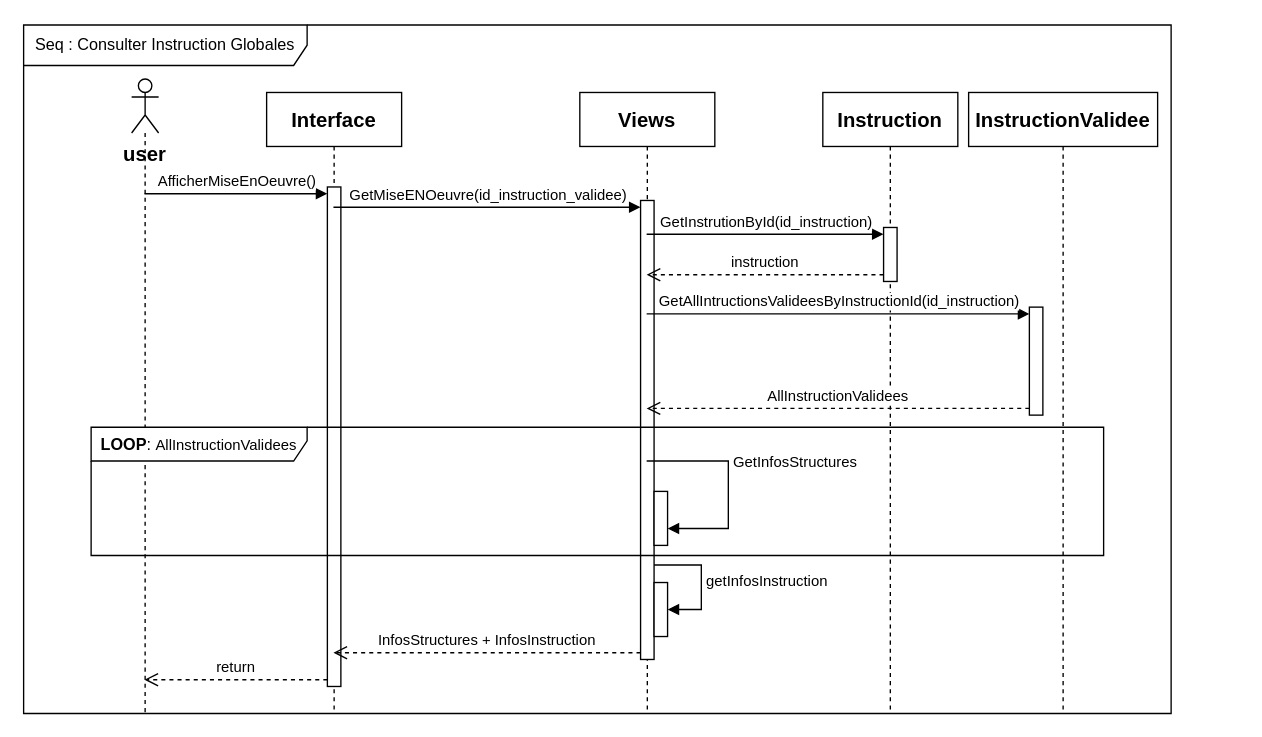
The draw.io diagram Seq_consulter_miseoeuvre.drawio in CabrelFeukeng/pp, before the edit. Source tidied: cells renumbered, new cells numbered last; positions are measured from the earlier drawing's top-left corner, leaving out a move shared by most shapes. Both pictures are drawn from the tidied source at 135%, with x=0, y=0 at pixel (23, 24).
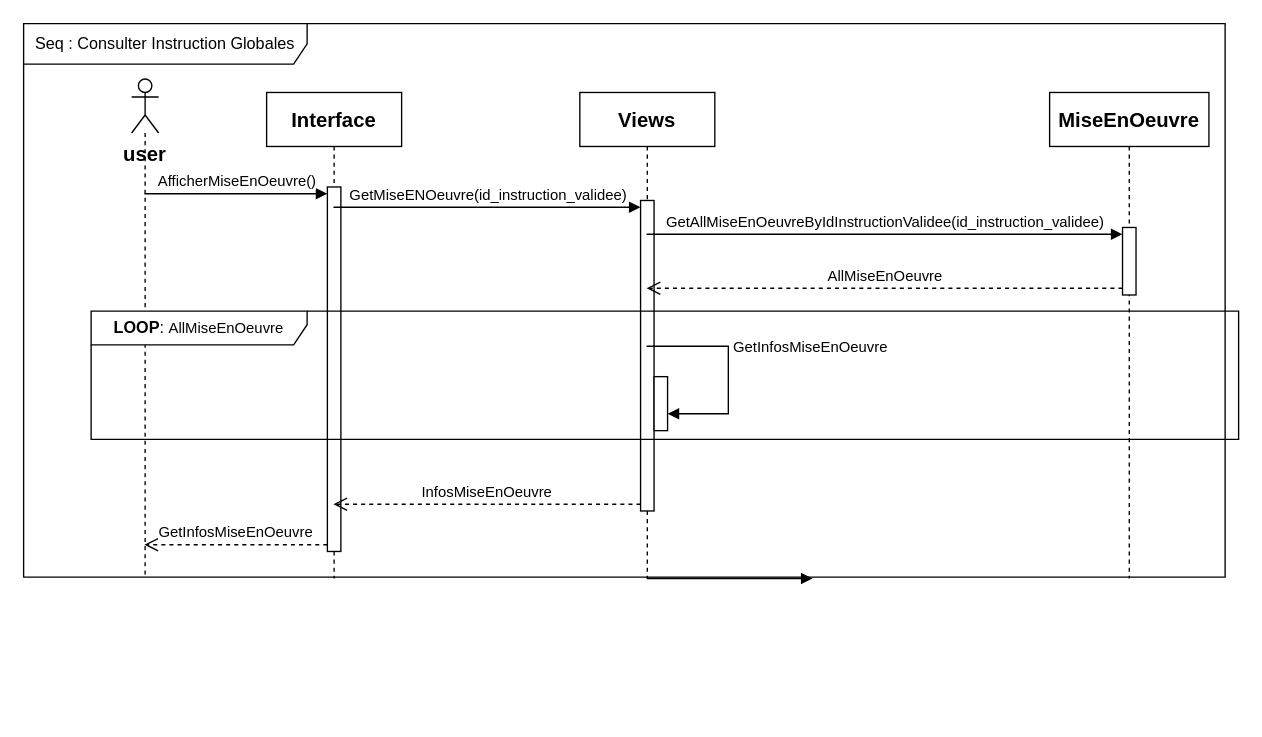
The same diagram, later.

Commit message (it also covers changes not shown here):
Mettre à jour Seq_consulter_miseoeuvre.drawio

Diff of the diagram source:
```diff
@@
     <mxCell id="2" style="shape=umlLifeline;perimeter=lifelinePerimeter;whiteSpace=wrap;html=1;outlineConnect=0;portConstraint=eastwest;newEdgeStyle={&quot;curved&quot;:0,&quot;rounded&quot;:0};participant=umlActor;" parent="1" vertex="1">
-      <mxGeometry x="80" y="40" width="20" height="470" as="geometry" />
+      <mxGeometry x="80" y="40" width="20" height="370" as="geometry" />
     </mxCell>
     <mxCell id="3" value="&lt;b&gt;&lt;font style=&quot;font-size: 15px;&quot;&gt;Interface&lt;/font&gt;&lt;/b&gt;" style="shape=umlLifeline;perimeter=lifelinePerimeter;whiteSpace=wrap;html=1;outlineConnect=0;portConstraint=eastwest;newEdgeStyle={&quot;curved&quot;:0,&quot;rounded&quot;:0};" parent="1" vertex="1">
-      <mxGeometry x="180" y="50" width="100" height="460" as="geometry" />
+      <mxGeometry x="180" y="50" width="100" height="360" as="geometry" />
     </mxCell>
     <mxCell id="4" style="html=1;points=[[0,0,0,0,5],[0,1,0,0,-5],[1,0,0,0,5],[1,1,0,0,-5]];perimeter=orthogonalPerimeter;outlineConnect=0;targetShapes=umlLifeline;portConstraint=eastwest;newEdgeStyle={&quot;curved&quot;:0,&quot;rounded&quot;:0};" parent="3" vertex="1">
-      <mxGeometry x="45" y="70" width="10" height="370" as="geometry" />
+      <mxGeometry x="45" y="70" width="10" height="270" as="geometry" />
     </mxCell>
     <mxCell id="5" value="&lt;b&gt;&lt;font style=&quot;font-size: 15px;&quot;&gt;Views&lt;/font&gt;&lt;/b&gt;" style="shape=umlLifeline;perimeter=lifelinePerimeter;whiteSpace=wrap;html=1;outlineConnect=0;portConstraint=eastwest;newEdgeStyle={&quot;curved&quot;:0,&quot;rounded&quot;:0};" parent="1" vertex="1">
-      <mxGeometry x="412" y="50" width="100" height="460" as="geometry" />
+      <mxGeometry x="412" y="50" width="100" height="360" as="geometry" />
     </mxCell>
     <mxCell id="6" style="html=1;points=[[0,0,0,0,5],[0,1,0,0,-5],[1,0,0,0,5],[1,1,0,0,-5]];perimeter=orthogonalPerimeter;outlineConnect=0;targetShapes=umlLifeline;portConstraint=eastwest;newEdgeStyle={&quot;curved&quot;:0,&quot;rounded&quot;:0};" parent="5" vertex="1">
-      <mxGeometry x="45" y="80" width="10" height="340" as="geometry" />
+      <mxGeometry x="45" y="80" width="10" height="230" as="geometry" />
     </mxCell>
-    <mxCell id="7" value="&lt;b&gt;&lt;font style=&quot;font-size: 15px;&quot;&gt;Instruction&lt;/font&gt;&lt;/b&gt;" style="shape=umlLifeline;perimeter=lifelinePerimeter;whiteSpace=wrap;html=1;newEdgeStyle={&quot;curved&quot;:0,&quot;rounded&quot;:0};" parent="1" vertex="1">
-      <mxGeometry x="592" y="50" width="100" height="460" as="geometry" />
+    <mxCell id="7" value="&lt;b&gt;&lt;font style=&quot;font-size: 15px;&quot;&gt;MiseEnOeuvre&lt;/font&gt;&lt;/b&gt;" style="shape=umlLifeline;perimeter=lifelinePerimeter;whiteSpace=wrap;html=1;newEdgeStyle={&quot;curved&quot;:0,&quot;rounded&quot;:0};" parent="1" vertex="1">
+      <mxGeometry x="760" y="50" width="118" height="360" as="geometry" />
     </mxCell>
     <mxCell id="8" style="html=1;points=[[0,0,0,0,5],[0,1,0,0,-5],[1,0,0,0,5],[1,1,0,0,-5]];perimeter=orthogonalPerimeter;outlineConnect=0;targetShapes=umlLifeline;portConstraint=eastwest;newEdgeStyle={&quot;curved&quot;:0,&quot;rounded&quot;:0};" parent="7" vertex="1">
-      <mxGeometry x="45" y="100" width="10" height="40" as="geometry" />
+      <mxGeometry x="54" y="100" width="10" height="50" as="geometry" />
     </mxCell>
-    <mxCell id="9" value="&lt;font style=&quot;font-size: 15px;&quot;&gt;&lt;b&gt;InstructionValidee&lt;/b&gt;&lt;/font&gt;" style="shape=umlLifeline;perimeter=lifelinePerimeter;whiteSpace=wrap;html=1;newEdgeStyle={&quot;curved&quot;:0,&quot;rounded&quot;:0};" parent="1" vertex="1">
-      <mxGeometry x="700" y="50" width="140" height="460" as="geometry" />
-    </mxCell>
-    <mxCell id="10" style="html=1;points=[[0,0,0,0,5],[0,1,0,0,-5],[1,0,0,0,5],[1,1,0,0,-5]];perimeter=orthogonalPerimeter;outlineConnect=0;targetShapes=umlLifeline;portConstraint=eastwest;newEdgeStyle={&quot;curved&quot;:0,&quot;rounded&quot;:0};" parent="9" vertex="1">
-      <mxGeometry x="45" y="159" width="10" height="80" as="geometry" />
-    </mxCell>
@@
-    <mxCell id="12" value="return" style="html=1;verticalAlign=bottom;endArrow=open;dashed=1;endSize=8;curved=0;rounded=0;exitX=0;exitY=1;exitDx=0;exitDy=-5;" parent="1" edge="1" source="4" target="2">
+    <mxCell id="12" value="&lt;span style=&quot;text-align: left;&quot;&gt;GetInfosMiseEnOeuvre&lt;/span&gt;" style="html=1;verticalAlign=bottom;endArrow=open;dashed=1;endSize=8;curved=0;rounded=0;exitX=0;exitY=1;exitDx=0;exitDy=-5;" parent="1" edge="1" source="4" target="2">
       <mxGeometry relative="1" as="geometry" />
     </mxCell>
@@
-    <mxCell id="14" value="GetInstrutionById(id_instruction)" style="html=1;verticalAlign=bottom;endArrow=block;curved=0;rounded=0;entryX=0;entryY=0;entryDx=0;entryDy=5;" parent="1" edge="1" source="5" target="8">
+    <mxCell id="14" value="GetAllMiseEnOeuvreByIdInstructionValidee(id_instruction_validee)" style="html=1;verticalAlign=bottom;endArrow=block;curved=0;rounded=0;entryX=0;entryY=0;entryDx=0;entryDy=5;" parent="1" edge="1" source="5" target="8">
       <mxGeometry relative="1" as="geometry" />
     </mxCell>
-    <mxCell id="15" value="instruction" style="html=1;verticalAlign=bottom;endArrow=open;dashed=1;endSize=8;curved=0;rounded=0;exitX=0;exitY=1;exitDx=0;exitDy=-5;" parent="1" edge="1" source="8" target="5">
+    <mxCell id="15" value="AllMiseEnOeuvre" style="html=1;verticalAlign=bottom;endArrow=open;dashed=1;endSize=8;curved=0;rounded=0;exitX=0;exitY=1;exitDx=0;exitDy=-5;" parent="1" edge="1" source="8" target="5">
       <mxGeometry relative="1" as="geometry" />
     </mxCell>
-    <mxCell id="16" value="GetAllIntructionsValideesByInstructionId(id_instruction)" style="html=1;verticalAlign=bottom;endArrow=block;curved=0;rounded=0;entryX=0;entryY=0;entryDx=0;entryDy=5;" parent="1" edge="1" source="5" target="10">
-      <mxGeometry relative="1" as="geometry" />
+    <mxCell id="16" style="html=1;verticalAlign=bottom;endArrow=block;curved=0;rounded=0;" parent="1" edge="1" source="5">
+      <mxGeometry relative="1" as="geometry">
+        <mxPoint x="584.4" y="410" as="targetPoint" />
+      </mxGeometry>
     </mxCell>
-    <mxCell id="17" value="AllInstructionValidees" style="html=1;verticalAlign=bottom;endArrow=open;dashed=1;endSize=8;curved=0;rounded=0;exitX=0;exitY=1;exitDx=0;exitDy=-5;" parent="1" edge="1" source="10" target="5">
-      <mxGeometry relative="1" as="geometry" />
-    </mxCell>
-    <mxCell id="18" value="&lt;b&gt;LOOP&lt;/b&gt;:&amp;nbsp;&lt;span style=&quot;font-size: 11px; text-wrap-mode: nowrap; background-color: rgb(255, 255, 255);&quot;&gt;AllInstructionValidees&lt;/span&gt;" style="shape=umlFrame;whiteSpace=wrap;html=1;width=160;height=25;" parent="1" vertex="1">
-      <mxGeometry x="50" y="298" width="750" height="95" as="geometry" />
+    <mxCell id="18" value="&lt;b&gt;LOOP&lt;/b&gt;:&amp;nbsp;&lt;span style=&quot;font-size: 11px; text-wrap-mode: nowrap; background-color: rgb(255, 255, 255);&quot;&gt;AllMiseEnOeuvre&lt;/span&gt;" style="shape=umlFrame;whiteSpace=wrap;html=1;width=160;height=25;" parent="1" vertex="1">
+      <mxGeometry x="50" y="212" width="850" height="95" as="geometry" />
     </mxCell>
     <mxCell id="19" style="html=1;points=[[0,0,0,0,5],[0,1,0,0,-5],[1,0,0,0,5],[1,1,0,0,-5]];perimeter=orthogonalPerimeter;outlineConnect=0;targetShapes=umlLifeline;portConstraint=eastwest;newEdgeStyle={&quot;curved&quot;:0,&quot;rounded&quot;:0};" parent="18" vertex="1">
-      <mxGeometry x="417" y="47.5" width="10" height="40" as="geometry" />
+      <mxGeometry x="417" y="48.5" width="10" height="40" as="geometry" />
     </mxCell>
-    <mxCell id="20" value="GetInfosStructures" style="html=1;align=left;spacingLeft=2;endArrow=block;rounded=0;edgeStyle=orthogonalEdgeStyle;curved=0;rounded=0;" parent="1" edge="1" target="19">
+    <mxCell id="20" value="GetInfosMiseEnOeuvre" style="html=1;align=left;spacingLeft=2;endArrow=block;rounded=0;edgeStyle=orthogonalEdgeStyle;curved=0;rounded=0;" parent="1" edge="1" target="19">
       <mxGeometry x="-0.23" relative="1" as="geometry">
-        <mxPoint x="461.5" y="323" as="sourcePoint" />
+        <mxPoint x="461.5" y="238" as="sourcePoint" />
         <Array as="points">
-          <mxPoint x="522" y="323" />
-          <mxPoint x="522" y="373" />
+          <mxPoint x="522" y="238" />
+          <mxPoint x="522" y="288" />
         </Array>
         <mxPoint y="1" as="offset" />
       </mxGeometry>
     </mxCell>
-    <mxCell id="21" value="&lt;span style=&quot;text-align: left;&quot;&gt;InfosStructures +&amp;nbsp;&lt;/span&gt;&lt;span style=&quot;text-align: left;&quot;&gt;InfosInstruction&lt;/span&gt;" style="html=1;verticalAlign=bottom;endArrow=open;dashed=1;endSize=8;curved=0;rounded=0;exitX=0;exitY=1;exitDx=0;exitDy=-5;exitPerimeter=0;" parent="1" edge="1" source="6" target="3">
+    <mxCell id="21" value="&lt;span style=&quot;text-align: left;&quot;&gt;InfosMiseEnOeuvre&lt;/span&gt;" style="html=1;verticalAlign=bottom;endArrow=open;dashed=1;endSize=8;curved=0;rounded=0;exitX=0;exitY=1;exitDx=0;exitDy=-5;exitPerimeter=0;" parent="1" edge="1" source="6" target="3">
       <mxGeometry relative="1" as="geometry" />
     </mxCell>
-    <mxCell id="22" style="html=1;perimeter=orthogonalPerimeter;targetShapes=umlLifeline;newEdgeStyle={&quot;curved&quot;:0,&quot;rounded&quot;:0};" parent="1" vertex="1">
-      <mxGeometry x="467" y="413" width="10" height="40" as="geometry" />
-    </mxCell>
-    <mxCell id="23" value="getInfosInstruction" style="html=1;align=left;spacingLeft=2;endArrow=block;rounded=0;edgeStyle=orthogonalEdgeStyle;curved=0;rounded=0;" parent="1" edge="1">
-      <mxGeometry relative="1" as="geometry">
-        <mxPoint x="467" y="400" as="sourcePoint" />
-        <mxPoint x="477" y="433" as="targetPoint" />
-        <Array as="points">
-          <mxPoint x="502" y="400" />
-          <mxPoint x="502" y="433" />
-        </Array>
-      </mxGeometry>
-    </mxCell>
     <mxCell id="24" value="Seq : Consulter Instruction Globales" style="shape=umlFrame;whiteSpace=wrap;html=1;width=210;height=30;" parent="1" vertex="1">
-      <mxGeometry width="850" height="510" as="geometry" />
+      <mxGeometry y="-1" width="890" height="410" as="geometry" />
     </mxCell>
```
